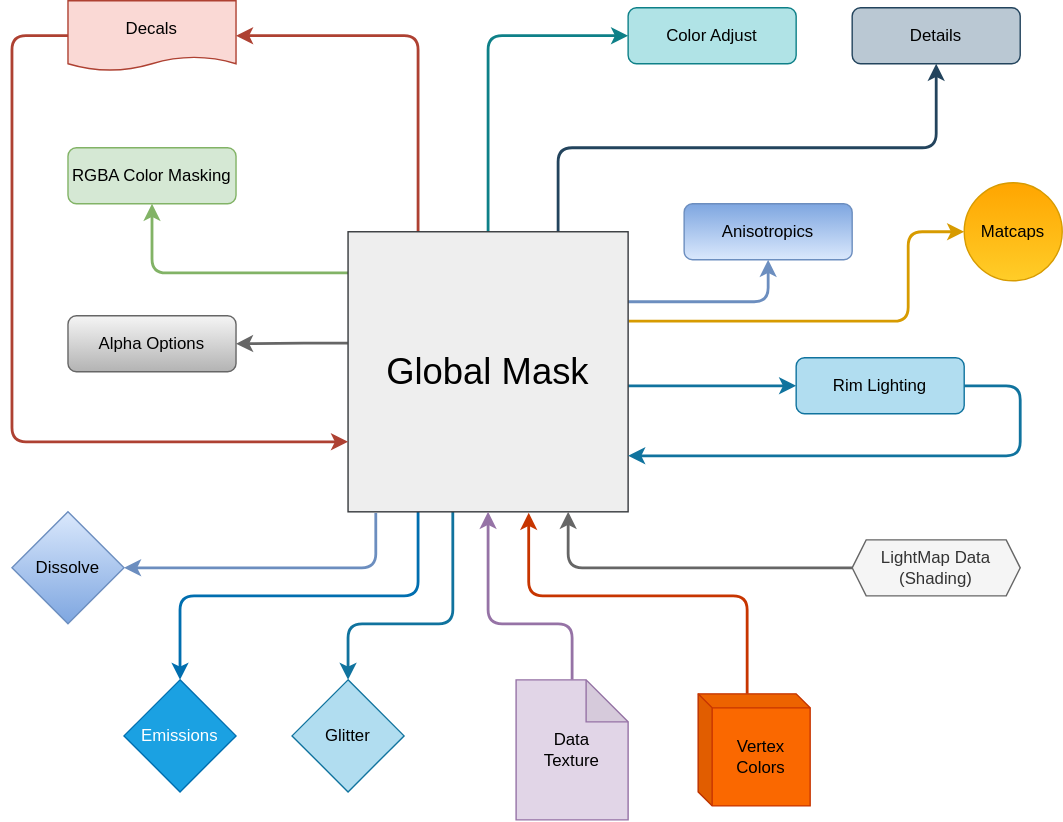
This is static/img/modifiers/GlobalMaskingConcept_L.drawio.svg from poiyomi/PoiyomiDocs, a draw.io export, as it was before one commit. Source tidied: cells renumbered, new cells last; positions are measured from the earlier drawing's top-left corner, leaving out a move shared by most shapes. Source of this version:
```xml
<mxGraphModel>
  <root>
    <mxCell id="0" />
    <mxCell id="1" parent="0" />
    <mxCell id="2" style="edgeStyle=orthogonalEdgeStyle;rounded=1;jettySize=auto;html=1;exitX=0.5;exitY=0;exitDx=0;exitDy=0;entryX=0;entryY=0.5;entryDx=0;entryDy=0;strokeWidth=2;fillColor=#b0e3e6;strokeColor=#0e8088;curved=0;" parent="1" edge="1" source="13" target="16">
      <mxGeometry relative="1" as="geometry" />
    </mxCell>
    <mxCell id="3" style="edgeStyle=orthogonalEdgeStyle;rounded=1;jettySize=auto;html=1;exitX=0.75;exitY=0;exitDx=0;exitDy=0;entryX=0.5;entryY=1;entryDx=0;entryDy=0;strokeWidth=2;fillColor=#bac8d3;strokeColor=#23445d;curved=0;" parent="1" edge="1" source="13" target="17">
      <mxGeometry relative="1" as="geometry" />
    </mxCell>
    <mxCell id="4" style="edgeStyle=orthogonalEdgeStyle;rounded=1;jettySize=auto;html=1;exitX=0.001;exitY=0.147;exitDx=0;exitDy=0;entryX=0.5;entryY=1;entryDx=0;entryDy=0;strokeWidth=2;exitPerimeter=0;fillColor=#d5e8d4;strokeColor=#82b366;curved=0;" parent="1" edge="1" source="13" target="15">
      <mxGeometry relative="1" as="geometry" />
    </mxCell>
    <mxCell id="5" style="edgeStyle=orthogonalEdgeStyle;rounded=1;jettySize=auto;html=1;exitX=1;exitY=0.25;exitDx=0;exitDy=0;entryX=0.5;entryY=1;entryDx=0;entryDy=0;strokeWidth=2;fillColor=#dae8fc;gradientColor=#7ea6e0;strokeColor=#6c8ebf;curved=0;" parent="1" edge="1" source="13" target="22">
      <mxGeometry relative="1" as="geometry" />
    </mxCell>
    <mxCell id="6" style="edgeStyle=orthogonalEdgeStyle;rounded=1;jettySize=auto;html=1;entryX=0;entryY=0.5;entryDx=0;entryDy=0;strokeWidth=2;fillColor=#b1ddf0;strokeColor=#10739e;curved=0;" parent="1" edge="1" source="13" target="24">
      <mxGeometry relative="1" as="geometry">
        <Array as="points">
          <mxPoint x="480" y="275" />
          <mxPoint x="480" y="275" />
        </Array>
      </mxGeometry>
    </mxCell>
    <mxCell id="7" style="edgeStyle=orthogonalEdgeStyle;rounded=1;jettySize=auto;html=1;exitX=0.25;exitY=0;exitDx=0;exitDy=0;entryX=1;entryY=0.5;entryDx=0;entryDy=0;strokeWidth=2;fillColor=#fad9d5;strokeColor=#ae4132;endArrow=classic;endFill=1;curved=0;" parent="1" edge="1" source="13" target="25">
      <mxGeometry relative="1" as="geometry" />
    </mxCell>
    <mxCell id="8" style="edgeStyle=orthogonalEdgeStyle;rounded=1;jettySize=auto;html=1;exitX=1.002;exitY=0.319;exitDx=0;exitDy=0;entryX=0;entryY=0.5;entryDx=0;entryDy=0;strokeWidth=2;exitPerimeter=0;fillColor=#ffcd28;gradientColor=#ffa500;strokeColor=#d79b00;curved=0;" parent="1" edge="1" source="13" target="26">
      <mxGeometry relative="1" as="geometry">
        <Array as="points">
          <mxPoint x="640" y="229" />
          <mxPoint x="640" y="165" />
        </Array>
      </mxGeometry>
    </mxCell>
    <mxCell id="9" style="edgeStyle=orthogonalEdgeStyle;rounded=1;jettySize=auto;html=1;exitX=0.099;exitY=1.004;exitDx=0;exitDy=0;entryX=1;entryY=0.5;entryDx=0;entryDy=0;strokeWidth=2;fillColor=#dae8fc;gradientColor=#7ea6e0;strokeColor=#6c8ebf;exitPerimeter=0;curved=0;" parent="1" edge="1" source="13" target="28">
      <mxGeometry relative="1" as="geometry" />
    </mxCell>
    <mxCell id="10" style="edgeStyle=orthogonalEdgeStyle;rounded=1;jettySize=auto;html=1;exitX=0.25;exitY=1;exitDx=0;exitDy=0;entryX=0.5;entryY=0;entryDx=0;entryDy=0;strokeWidth=2;fillColor=#1ba1e2;strokeColor=#006EAF;curved=0;" parent="1" edge="1" source="13" target="29">
      <mxGeometry relative="1" as="geometry">
        <Array as="points">
          <mxPoint x="290" y="425" />
          <mxPoint x="120" y="425" />
        </Array>
      </mxGeometry>
    </mxCell>
    <mxCell id="11" style="edgeStyle=orthogonalEdgeStyle;rounded=1;jettySize=auto;html=1;exitX=0.374;exitY=1;exitDx=0;exitDy=0;entryX=0.5;entryY=0;entryDx=0;entryDy=0;strokeWidth=2;exitPerimeter=0;fillColor=#b1ddf0;strokeColor=#10739e;curved=0;" parent="1" edge="1" source="13" target="30">
      <mxGeometry relative="1" as="geometry">
        <Array as="points">
          <mxPoint x="315" y="445" />
          <mxPoint x="240" y="445" />
        </Array>
      </mxGeometry>
    </mxCell>
    <mxCell id="12" style="edgeStyle=orthogonalEdgeStyle;rounded=1;jettySize=auto;html=1;exitX=-0.001;exitY=0.398;exitDx=0;exitDy=0;entryX=1;entryY=0.5;entryDx=0;entryDy=0;exitPerimeter=0;fillColor=#f5f5f5;gradientColor=#b3b3b3;strokeColor=#666666;strokeWidth=2;curved=0;" parent="1" edge="1" source="13" target="20">
      <mxGeometry relative="1" as="geometry" />
    </mxCell>
    <mxCell id="13" value="&lt;p align=&quot;center&quot;&gt;&lt;font style=&quot;font-size: 26px;&quot;&gt;Global Mask&lt;/font&gt;&lt;/p&gt;" style="whiteSpace=wrap;html=1;fillColor=#eeeeee;strokeColor=#36393d;align=center;" parent="1" vertex="1">
      <mxGeometry x="240" y="165" width="200" height="200" as="geometry" />
    </mxCell>
    <mxCell id="14" style="edgeStyle=orthogonalEdgeStyle;rounded=1;jettySize=auto;html=1;entryX=0;entryY=0.75;entryDx=0;entryDy=0;strokeWidth=2;exitX=0;exitY=0.5;exitDx=0;exitDy=0;fillColor=#fad9d5;strokeColor=#ae4132;curved=0;startArrow=none;startFill=0;" parent="1" edge="1" source="25" target="13">
      <mxGeometry relative="1" as="geometry">
        <Array as="points">
          <mxPoint x="40" y="25" />
          <mxPoint y="25" />
          <mxPoint y="315" />
        </Array>
      </mxGeometry>
    </mxCell>
    <mxCell id="15" value="RGBA Color Masking" style="rounded=1;whiteSpace=wrap;html=1;fillColor=#d5e8d4;strokeColor=#82b366;" parent="1" vertex="1">
      <mxGeometry x="40" y="105" width="120" height="40" as="geometry" />
    </mxCell>
    <mxCell id="16" value="Color Adjust" style="rounded=1;whiteSpace=wrap;html=1;fillColor=#b0e3e6;strokeColor=#0e8088;" parent="1" vertex="1">
      <mxGeometry x="440" y="5" width="120" height="40" as="geometry" />
    </mxCell>
    <mxCell id="17" value="Details" style="rounded=1;whiteSpace=wrap;html=1;fillColor=#bac8d3;strokeColor=#23445d;" parent="1" vertex="1">
      <mxGeometry x="600" y="5" width="120" height="40" as="geometry" />
    </mxCell>
    <mxCell id="18" style="edgeStyle=orthogonalEdgeStyle;rounded=1;jettySize=auto;html=1;entryX=0.5;entryY=1;entryDx=0;entryDy=0;strokeWidth=2;exitX=0.5;exitY=0;exitDx=0;exitDy=0;exitPerimeter=0;fillColor=#e1d5e7;strokeColor=#9673a6;curved=0;" parent="1" edge="1" source="19" target="13">
      <mxGeometry relative="1" as="geometry">
        <Array as="points">
          <mxPoint x="400" y="445" />
          <mxPoint x="340" y="445" />
        </Array>
      </mxGeometry>
    </mxCell>
    <mxCell id="19" value="&lt;div&gt;Data&lt;/div&gt;&lt;div&gt;Texture&lt;/div&gt;" style="shape=note;whiteSpace=wrap;html=1;backgroundOutline=1;darkOpacity=0.05;fillColor=#e1d5e7;strokeColor=#9673a6;" parent="1" vertex="1">
      <mxGeometry x="360" y="485" width="80" height="100" as="geometry" />
    </mxCell>
    <mxCell id="20" value="Alpha Options" style="rounded=1;whiteSpace=wrap;html=1;fillColor=#f5f5f5;gradientColor=#b3b3b3;strokeColor=#666666;" parent="1" vertex="1">
      <mxGeometry x="40" y="225" width="120" height="40" as="geometry" />
    </mxCell>
    <mxCell id="21" style="edgeStyle=orthogonalEdgeStyle;rounded=1;jettySize=auto;html=1;entryX=0.786;entryY=0.997;entryDx=0;entryDy=0;strokeWidth=2;exitX=0;exitY=0.5;exitDx=0;exitDy=0;fillColor=#f5f5f5;strokeColor=#666666;curved=0;entryPerimeter=0;startArrow=none;startFill=0;" parent="1" edge="1" source="27">
      <mxGeometry relative="1" as="geometry">
        <mxPoint x="397.2" y="365" as="targetPoint" />
        <Array as="points">
          <mxPoint x="397" y="405" />
        </Array>
      </mxGeometry>
    </mxCell>
    <mxCell id="22" value="Anisotropics" style="rounded=1;whiteSpace=wrap;html=1;fillColor=#dae8fc;strokeColor=#6c8ebf;gradientColor=#7ea6e0;gradientDirection=north;" parent="1" vertex="1">
      <mxGeometry x="480" y="145" width="120" height="40" as="geometry" />
    </mxCell>
    <mxCell id="23" style="edgeStyle=orthogonalEdgeStyle;rounded=1;jettySize=auto;html=1;entryX=1;entryY=0.75;entryDx=0;entryDy=0;exitX=1;exitY=0.5;exitDx=0;exitDy=0;strokeWidth=2;fillColor=#b1ddf0;strokeColor=#10739e;curved=0;startArrow=none;startFill=0;" parent="1" edge="1" source="24">
      <mxGeometry relative="1" as="geometry">
        <mxPoint x="440" y="325" as="targetPoint" />
        <Array as="points">
          <mxPoint x="720" y="275" />
          <mxPoint x="720" y="325" />
        </Array>
      </mxGeometry>
    </mxCell>
    <mxCell id="24" value="Rim Lighting" style="rounded=1;whiteSpace=wrap;html=1;fillColor=#b1ddf0;strokeColor=#10739e;" parent="1" vertex="1">
      <mxGeometry x="560" y="255" width="120" height="40" as="geometry" />
    </mxCell>
    <mxCell id="25" value="Decals" style="shape=document;whiteSpace=wrap;html=1;boundedLbl=1;size=0.2;fillColor=#fad9d5;strokeColor=#ae4132;" parent="1" vertex="1">
      <mxGeometry x="40" width="120" height="50" as="geometry" />
    </mxCell>
    <mxCell id="26" value="Matcaps" style="ellipse;whiteSpace=wrap;html=1;fillColor=#ffcd28;gradientColor=#ffa500;strokeColor=#d79b00;gradientDirection=north;" parent="1" vertex="1">
      <mxGeometry x="680" y="130" width="70" height="70" as="geometry" />
    </mxCell>
    <mxCell id="27" value="&lt;div&gt;LightMap Data&lt;/div&gt;&lt;div&gt;(Shading)&lt;/div&gt;" style="shape=hexagon;perimeter=hexagonPerimeter2;whiteSpace=wrap;html=1;fixedSize=1;size=10;fillColor=#f5f5f5;strokeColor=#666666;fontColor=#333333;" parent="1" vertex="1">
      <mxGeometry x="600" y="385" width="120" height="40" as="geometry" />
    </mxCell>
    <mxCell id="28" value="Dissolve" style="rhombus;whiteSpace=wrap;html=1;fillColor=#dae8fc;gradientColor=#7ea6e0;strokeColor=#6c8ebf;" parent="1" vertex="1">
      <mxGeometry y="365" width="80" height="80" as="geometry" />
    </mxCell>
    <mxCell id="29" value="Emissions" style="rhombus;whiteSpace=wrap;html=1;fillColor=#1ba1e2;fontColor=#ffffff;strokeColor=#006EAF;" parent="1" vertex="1">
      <mxGeometry x="80" y="485" width="80" height="80" as="geometry" />
    </mxCell>
    <mxCell id="30" value="Glitter" style="rhombus;whiteSpace=wrap;html=1;fillColor=#b1ddf0;strokeColor=#10739e;" parent="1" vertex="1">
      <mxGeometry x="200" y="485" width="80" height="80" as="geometry" />
    </mxCell>
    <mxCell id="31" value="Vertex Colors" style="shape=cube;whiteSpace=wrap;html=1;boundedLbl=1;backgroundOutline=1;darkOpacity=0.05;darkOpacity2=0.1;size=10;fillColor=#fa6800;strokeColor=#C73500;fontColor=#000000;" parent="1" vertex="1">
      <mxGeometry x="490" y="495" width="80" height="80" as="geometry" />
    </mxCell>
    <mxCell id="32" style="edgeStyle=orthogonalEdgeStyle;rounded=1;jettySize=auto;html=1;exitX=0;exitY=0;exitDx=35;exitDy=0;exitPerimeter=0;entryX=0.645;entryY=1.003;entryDx=0;entryDy=0;entryPerimeter=0;strokeWidth=2;fillColor=#fa6800;strokeColor=#C73500;curved=0;" parent="1" edge="1" source="31" target="13">
      <mxGeometry relative="1" as="geometry">
        <Array as="points">
          <mxPoint x="525" y="425" />
          <mxPoint x="369" y="425" />
        </Array>
      </mxGeometry>
    </mxCell>
  </root>
</mxGraphModel>
```
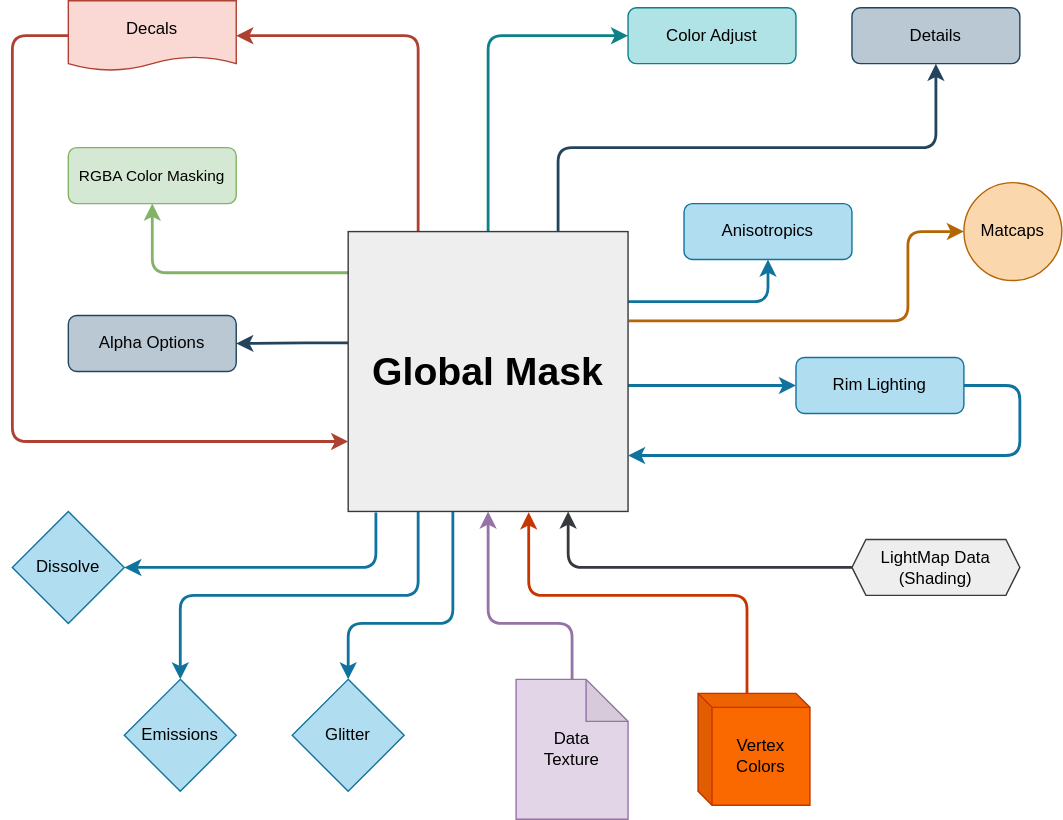
After the commit.

Commit message:
Fixed colors in diagram svg

What changed in the source:
```diff
@@ -11,7 +11,7 @@
     <mxCell id="4" style="edgeStyle=orthogonalEdgeStyle;rounded=1;jettySize=auto;html=1;exitX=0.001;exitY=0.147;exitDx=0;exitDy=0;entryX=0.5;entryY=1;entryDx=0;entryDy=0;strokeWidth=2;exitPerimeter=0;fillColor=#d5e8d4;strokeColor=#82b366;curved=0;" parent="1" edge="1" source="13" target="15">
       <mxGeometry relative="1" as="geometry" />
     </mxCell>
-    <mxCell id="5" style="edgeStyle=orthogonalEdgeStyle;rounded=1;jettySize=auto;html=1;exitX=1;exitY=0.25;exitDx=0;exitDy=0;entryX=0.5;entryY=1;entryDx=0;entryDy=0;strokeWidth=2;fillColor=#dae8fc;gradientColor=#7ea6e0;strokeColor=#6c8ebf;curved=0;" parent="1" edge="1" source="13" target="22">
+    <mxCell id="5" style="edgeStyle=orthogonalEdgeStyle;rounded=1;jettySize=auto;html=1;exitX=1;exitY=0.25;exitDx=0;exitDy=0;entryX=0.5;entryY=1;entryDx=0;entryDy=0;strokeWidth=2;fillColor=#b1ddf0;strokeColor=#10739e;curved=0;" parent="1" edge="1" source="13" target="22">
       <mxGeometry relative="1" as="geometry" />
     </mxCell>
     <mxCell id="6" style="edgeStyle=orthogonalEdgeStyle;rounded=1;jettySize=auto;html=1;entryX=0;entryY=0.5;entryDx=0;entryDy=0;strokeWidth=2;fillColor=#b1ddf0;strokeColor=#10739e;curved=0;" parent="1" edge="1" source="13" target="24">
@@ -25,7 +25,7 @@
     <mxCell id="7" style="edgeStyle=orthogonalEdgeStyle;rounded=1;jettySize=auto;html=1;exitX=0.25;exitY=0;exitDx=0;exitDy=0;entryX=1;entryY=0.5;entryDx=0;entryDy=0;strokeWidth=2;fillColor=#fad9d5;strokeColor=#ae4132;endArrow=classic;endFill=1;curved=0;" parent="1" edge="1" source="13" target="25">
       <mxGeometry relative="1" as="geometry" />
     </mxCell>
-    <mxCell id="8" style="edgeStyle=orthogonalEdgeStyle;rounded=1;jettySize=auto;html=1;exitX=1.002;exitY=0.319;exitDx=0;exitDy=0;entryX=0;entryY=0.5;entryDx=0;entryDy=0;strokeWidth=2;exitPerimeter=0;fillColor=#ffcd28;gradientColor=#ffa500;strokeColor=#d79b00;curved=0;" parent="1" edge="1" source="13" target="26">
+    <mxCell id="8" style="edgeStyle=orthogonalEdgeStyle;rounded=1;jettySize=auto;html=1;exitX=1.002;exitY=0.319;exitDx=0;exitDy=0;entryX=0;entryY=0.5;entryDx=0;entryDy=0;strokeWidth=2;exitPerimeter=0;fillColor=#fad7ac;strokeColor=#b46504;curved=0;" parent="1" edge="1" source="13" target="26">
       <mxGeometry relative="1" as="geometry">
         <Array as="points">
           <mxPoint x="640" y="229" />
@@ -33,10 +33,10 @@
         </Array>
       </mxGeometry>
     </mxCell>
-    <mxCell id="9" style="edgeStyle=orthogonalEdgeStyle;rounded=1;jettySize=auto;html=1;exitX=0.099;exitY=1.004;exitDx=0;exitDy=0;entryX=1;entryY=0.5;entryDx=0;entryDy=0;strokeWidth=2;fillColor=#dae8fc;gradientColor=#7ea6e0;strokeColor=#6c8ebf;exitPerimeter=0;curved=0;" parent="1" edge="1" source="13" target="28">
+    <mxCell id="9" style="edgeStyle=orthogonalEdgeStyle;rounded=1;jettySize=auto;html=1;exitX=0.099;exitY=1.004;exitDx=0;exitDy=0;entryX=1;entryY=0.5;entryDx=0;entryDy=0;strokeWidth=2;fillColor=#b1ddf0;strokeColor=#10739e;exitPerimeter=0;curved=0;" parent="1" edge="1" source="13" target="28">
       <mxGeometry relative="1" as="geometry" />
     </mxCell>
-    <mxCell id="10" style="edgeStyle=orthogonalEdgeStyle;rounded=1;jettySize=auto;html=1;exitX=0.25;exitY=1;exitDx=0;exitDy=0;entryX=0.5;entryY=0;entryDx=0;entryDy=0;strokeWidth=2;fillColor=#1ba1e2;strokeColor=#006EAF;curved=0;" parent="1" edge="1" source="13" target="29">
+    <mxCell id="10" style="edgeStyle=orthogonalEdgeStyle;rounded=1;jettySize=auto;html=1;exitX=0.25;exitY=1;exitDx=0;exitDy=0;entryX=0.5;entryY=0;entryDx=0;entryDy=0;strokeWidth=2;fillColor=#b1ddf0;strokeColor=#10739e;curved=0;" parent="1" edge="1" source="13" target="29">
       <mxGeometry relative="1" as="geometry">
         <Array as="points">
           <mxPoint x="290" y="425" />
@@ -52,10 +52,10 @@
         </Array>
       </mxGeometry>
     </mxCell>
-    <mxCell id="12" style="edgeStyle=orthogonalEdgeStyle;rounded=1;jettySize=auto;html=1;exitX=-0.001;exitY=0.398;exitDx=0;exitDy=0;entryX=1;entryY=0.5;entryDx=0;entryDy=0;exitPerimeter=0;fillColor=#f5f5f5;gradientColor=#b3b3b3;strokeColor=#666666;strokeWidth=2;curved=0;" parent="1" edge="1" source="13" target="20">
+    <mxCell id="12" style="edgeStyle=orthogonalEdgeStyle;rounded=1;jettySize=auto;html=1;exitX=-0.001;exitY=0.398;exitDx=0;exitDy=0;entryX=1;entryY=0.5;entryDx=0;entryDy=0;exitPerimeter=0;fillColor=#bac8d3;strokeColor=#23445d;strokeWidth=2;curved=0;" parent="1" edge="1" source="13" target="20">
       <mxGeometry relative="1" as="geometry" />
     </mxCell>
-    <mxCell id="13" value="&lt;p align=&quot;center&quot;&gt;&lt;font style=&quot;font-size: 26px;&quot;&gt;Global Mask&lt;/font&gt;&lt;/p&gt;" style="whiteSpace=wrap;html=1;fillColor=#eeeeee;strokeColor=#36393d;align=center;" parent="1" vertex="1">
+    <mxCell id="13" value="&lt;p align=&quot;center&quot;&gt;&lt;font style=&quot;font-size: 28px;&quot;&gt;&lt;b&gt;Global Mask&lt;/b&gt;&lt;/font&gt;&lt;/p&gt;" style="html=1;fillColor=#eeeeee;strokeColor=#36393d;align=center;spacing=2;whiteSpace=wrap;verticalAlign=middle;" parent="1" vertex="1">
       <mxGeometry x="240" y="165" width="200" height="200" as="geometry" />
     </mxCell>
     <mxCell id="14" style="edgeStyle=orthogonalEdgeStyle;rounded=1;jettySize=auto;html=1;entryX=0;entryY=0.75;entryDx=0;entryDy=0;strokeWidth=2;exitX=0;exitY=0.5;exitDx=0;exitDy=0;fillColor=#fad9d5;strokeColor=#ae4132;curved=0;startArrow=none;startFill=0;" parent="1" edge="1" source="25" target="13">
@@ -67,10 +67,10 @@
         </Array>
       </mxGeometry>
     </mxCell>
-    <mxCell id="15" value="RGBA Color Masking" style="rounded=1;whiteSpace=wrap;html=1;fillColor=#d5e8d4;strokeColor=#82b366;" parent="1" vertex="1">
+    <mxCell id="15" value="RGBA Color Masking" style="rounded=1;whiteSpace=wrap;html=1;fillColor=#d5e8d4;strokeColor=#82b366;fontSize=11;" parent="1" vertex="1">
       <mxGeometry x="40" y="105" width="120" height="40" as="geometry" />
     </mxCell>
-    <mxCell id="16" value="Color Adjust" style="rounded=1;whiteSpace=wrap;html=1;fillColor=#b0e3e6;strokeColor=#0e8088;" parent="1" vertex="1">
+    <mxCell id="16" value="Color Adjust" style="rounded=1;whiteSpace=wrap;html=1;fillColor=#b0e3e6;strokeColor=#0e8088;fillStyle=auto;" parent="1" vertex="1">
       <mxGeometry x="440" y="5" width="120" height="40" as="geometry" />
     </mxCell>
     <mxCell id="17" value="Details" style="rounded=1;whiteSpace=wrap;html=1;fillColor=#bac8d3;strokeColor=#23445d;" parent="1" vertex="1">
@@ -87,10 +87,10 @@
     <mxCell id="19" value="&lt;div&gt;Data&lt;/div&gt;&lt;div&gt;Texture&lt;/div&gt;" style="shape=note;whiteSpace=wrap;html=1;backgroundOutline=1;darkOpacity=0.05;fillColor=#e1d5e7;strokeColor=#9673a6;" parent="1" vertex="1">
       <mxGeometry x="360" y="485" width="80" height="100" as="geometry" />
     </mxCell>
-    <mxCell id="20" value="Alpha Options" style="rounded=1;whiteSpace=wrap;html=1;fillColor=#f5f5f5;gradientColor=#b3b3b3;strokeColor=#666666;" parent="1" vertex="1">
+    <mxCell id="20" value="Alpha Options" style="rounded=1;whiteSpace=wrap;html=1;fillColor=#bac8d3;strokeColor=#23445d;" parent="1" vertex="1">
       <mxGeometry x="40" y="225" width="120" height="40" as="geometry" />
     </mxCell>
-    <mxCell id="21" style="edgeStyle=orthogonalEdgeStyle;rounded=1;jettySize=auto;html=1;entryX=0.786;entryY=0.997;entryDx=0;entryDy=0;strokeWidth=2;exitX=0;exitY=0.5;exitDx=0;exitDy=0;fillColor=#f5f5f5;strokeColor=#666666;curved=0;entryPerimeter=0;startArrow=none;startFill=0;" parent="1" edge="1" source="27">
+    <mxCell id="21" style="edgeStyle=orthogonalEdgeStyle;rounded=1;jettySize=auto;html=1;entryX=0.786;entryY=0.997;entryDx=0;entryDy=0;strokeWidth=2;exitX=0;exitY=0.5;exitDx=0;exitDy=0;curved=0;entryPerimeter=0;startArrow=none;startFill=0;fillColor=#eeeeee;strokeColor=#36393d;" parent="1" edge="1" source="27">
       <mxGeometry relative="1" as="geometry">
         <mxPoint x="397.2" y="365" as="targetPoint" />
         <Array as="points">
@@ -98,7 +98,7 @@
         </Array>
       </mxGeometry>
     </mxCell>
-    <mxCell id="22" value="Anisotropics" style="rounded=1;whiteSpace=wrap;html=1;fillColor=#dae8fc;strokeColor=#6c8ebf;gradientColor=#7ea6e0;gradientDirection=north;" parent="1" vertex="1">
+    <mxCell id="22" value="Anisotropics" style="rounded=1;whiteSpace=wrap;html=1;gradientDirection=north;fillColor=#b1ddf0;strokeColor=#10739e;" parent="1" vertex="1">
       <mxGeometry x="480" y="145" width="120" height="40" as="geometry" />
     </mxCell>
     <mxCell id="23" style="edgeStyle=orthogonalEdgeStyle;rounded=1;jettySize=auto;html=1;entryX=1;entryY=0.75;entryDx=0;entryDy=0;exitX=1;exitY=0.5;exitDx=0;exitDy=0;strokeWidth=2;fillColor=#b1ddf0;strokeColor=#10739e;curved=0;startArrow=none;startFill=0;" parent="1" edge="1" source="24">
@@ -116,16 +116,16 @@
     <mxCell id="25" value="Decals" style="shape=document;whiteSpace=wrap;html=1;boundedLbl=1;size=0.2;fillColor=#fad9d5;strokeColor=#ae4132;" parent="1" vertex="1">
       <mxGeometry x="40" width="120" height="50" as="geometry" />
     </mxCell>
-    <mxCell id="26" value="Matcaps" style="ellipse;whiteSpace=wrap;html=1;fillColor=#ffcd28;gradientColor=#ffa500;strokeColor=#d79b00;gradientDirection=north;" parent="1" vertex="1">
+    <mxCell id="26" value="Matcaps" style="ellipse;whiteSpace=wrap;html=1;fillColor=#fad7ac;strokeColor=#b46504;gradientDirection=north;" parent="1" vertex="1">
       <mxGeometry x="680" y="130" width="70" height="70" as="geometry" />
     </mxCell>
-    <mxCell id="27" value="&lt;div&gt;LightMap Data&lt;/div&gt;&lt;div&gt;(Shading)&lt;/div&gt;" style="shape=hexagon;perimeter=hexagonPerimeter2;whiteSpace=wrap;html=1;fixedSize=1;size=10;fillColor=#f5f5f5;strokeColor=#666666;fontColor=#333333;" parent="1" vertex="1">
+    <mxCell id="27" value="&lt;div&gt;LightMap Data&lt;/div&gt;&lt;div&gt;(Shading)&lt;/div&gt;" style="shape=hexagon;perimeter=hexagonPerimeter2;whiteSpace=wrap;html=1;fixedSize=1;size=10;fillColor=#eeeeee;strokeColor=#36393d;" parent="1" vertex="1">
       <mxGeometry x="600" y="385" width="120" height="40" as="geometry" />
     </mxCell>
-    <mxCell id="28" value="Dissolve" style="rhombus;whiteSpace=wrap;html=1;fillColor=#dae8fc;gradientColor=#7ea6e0;strokeColor=#6c8ebf;" parent="1" vertex="1">
+    <mxCell id="28" value="Dissolve" style="rhombus;whiteSpace=wrap;html=1;fillColor=#b1ddf0;strokeColor=#10739e;" parent="1" vertex="1">
       <mxGeometry y="365" width="80" height="80" as="geometry" />
     </mxCell>
-    <mxCell id="29" value="Emissions" style="rhombus;whiteSpace=wrap;html=1;fillColor=#1ba1e2;fontColor=#ffffff;strokeColor=#006EAF;" parent="1" vertex="1">
+    <mxCell id="29" value="Emissions" style="rhombus;whiteSpace=wrap;html=1;fillColor=#b1ddf0;strokeColor=#10739e;" parent="1" vertex="1">
       <mxGeometry x="80" y="485" width="80" height="80" as="geometry" />
     </mxCell>
     <mxCell id="30" value="Glitter" style="rhombus;whiteSpace=wrap;html=1;fillColor=#b1ddf0;strokeColor=#10739e;" parent="1" vertex="1">
```
